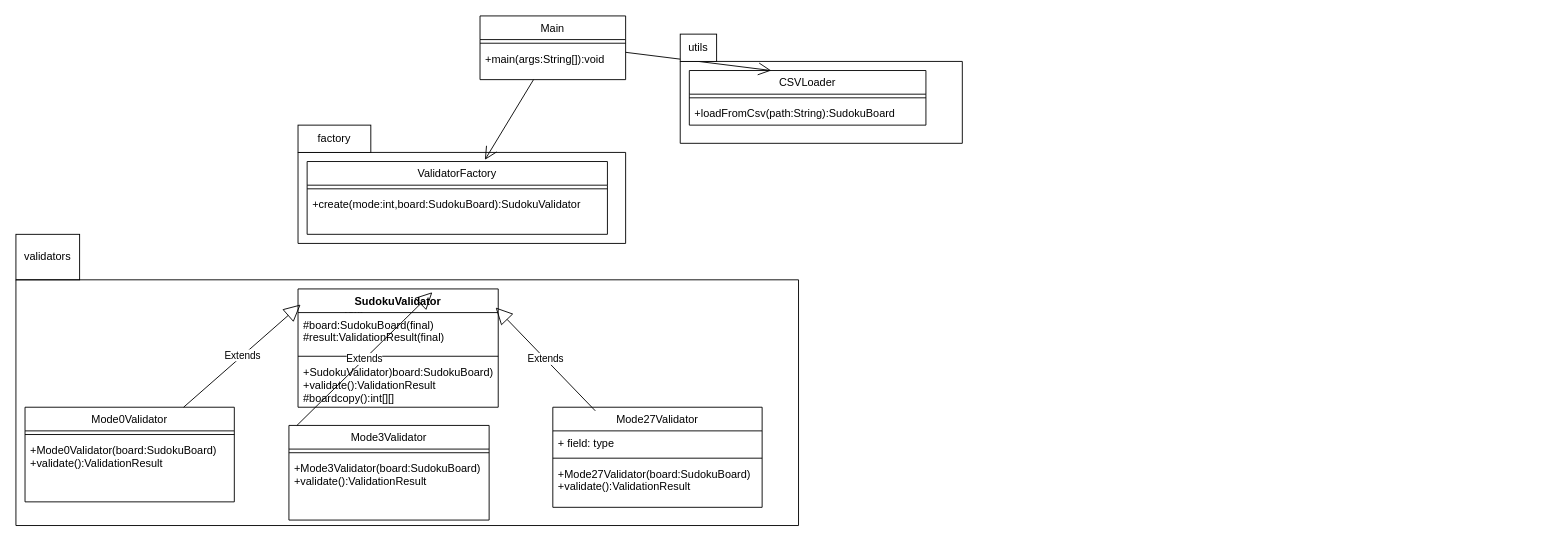
This is UML/Class_diagram.drawio from ProgrammingII-projects/Soduko-Generator, a draw.io file, before an edit. Source tidied: cells renumbered, new cells numbered last; positions are measured from the earlier drawing's top-left corner, leaving out a move shared by most shapes. Both pictures are drawn from the tidied source at 91%, with x=0, y=0 at pixel (15, 15).
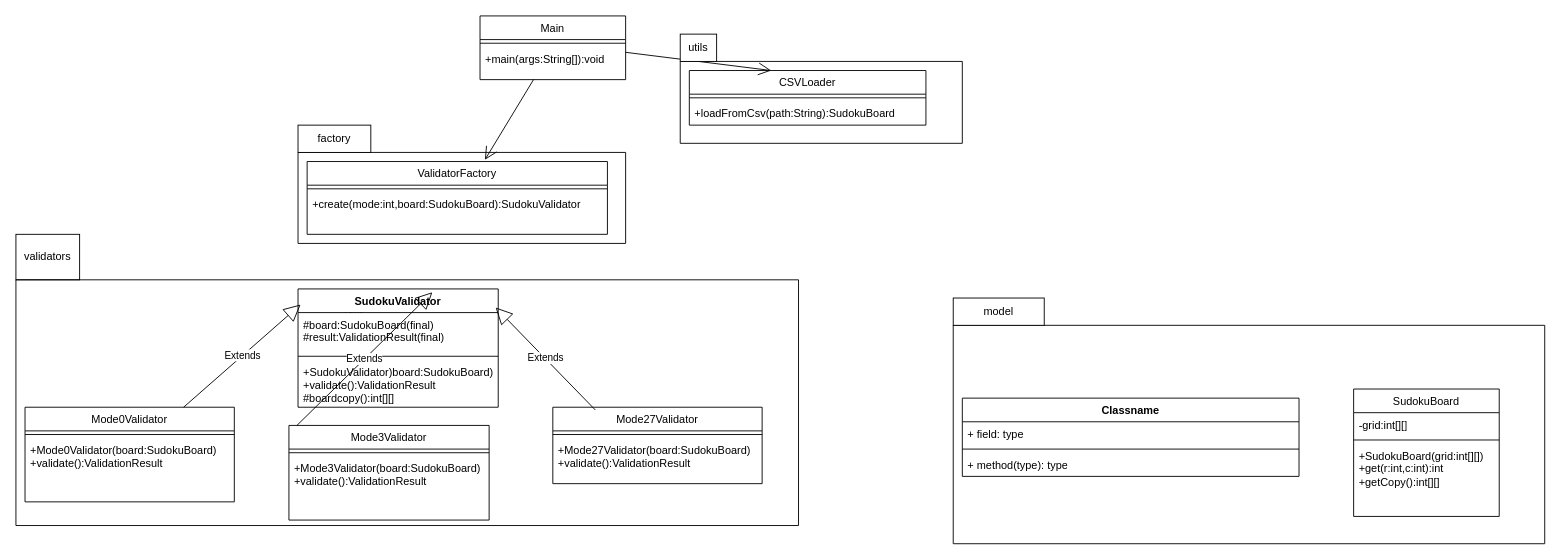
The same page after the edit.

Commit message:
added sudokuboard class with its attributes and methods

What changed in the source:
```diff
@@
     <mxCell id="17" value="&lt;span style=&quot;font-weight: normal;&quot;&gt;Mode27Validator&lt;/span&gt;" style="swimlane;fontStyle=1;align=center;verticalAlign=top;horizontal=1;startSize=26;whiteSpace=wrap;html=1;" parent="1" vertex="1">
-      <mxGeometry x="590" y="430" width="230" height="110" as="geometry" />
+      <mxGeometry x="590" y="430" width="230" height="84" as="geometry" />
     </mxCell>
-    <mxCell id="18" value="+ field: type" style="text;strokeColor=none;fillColor=none;align=left;verticalAlign=top;spacingLeft=4;spacingRight=4;overflow=hidden;whiteSpace=wrap;html=1;" parent="17" vertex="1">
-      <mxGeometry y="26" width="230" height="26" as="geometry" />
-    </mxCell>
     <mxCell id="19" style="line;strokeWidth=1;fillColor=none;align=left;verticalAlign=middle;spacingTop=-1;spacingLeft=3;spacingRight=3;labelPosition=right;strokeColor=inherit;" parent="17" vertex="1">
-      <mxGeometry y="52" width="230" height="8" as="geometry" />
+      <mxGeometry y="26" width="230" height="8" as="geometry" />
     </mxCell>
     <mxCell id="20" value="+Mode27Validator(board:SudokuBoard)&lt;div&gt;+validate():ValidationResult&lt;/div&gt;" style="text;strokeColor=none;fillColor=none;align=left;verticalAlign=top;spacingLeft=4;spacingRight=4;overflow=hidden;whiteSpace=wrap;html=1;" parent="17" vertex="1">
-      <mxGeometry y="60" width="230" height="50" as="geometry" />
+      <mxGeometry y="34" width="230" height="50" as="geometry" />
     </mxCell>
@@
+    <mxCell id="37" value="Classname" style="swimlane;fontStyle=1;align=center;verticalAlign=top;horizontal=1;startSize=26;whiteSpace=wrap;html=1;" parent="1" vertex="1">
+      <mxGeometry x="1040" y="420" width="370" height="86" as="geometry" />
+    </mxCell>
+    <mxCell id="18" value="+ field: type" style="text;strokeColor=none;fillColor=none;align=left;verticalAlign=top;spacingLeft=4;spacingRight=4;overflow=hidden;whiteSpace=wrap;html=1;" parent="37" vertex="1">
+      <mxGeometry y="26" width="370" height="26" as="geometry" />
+    </mxCell>
+    <mxCell id="38" style="line;strokeWidth=1;fillColor=none;align=left;verticalAlign=middle;spacingTop=-1;spacingLeft=3;spacingRight=3;labelPosition=right;strokeColor=inherit;" parent="37" vertex="1">
+      <mxGeometry y="52" width="370" height="8" as="geometry" />
+    </mxCell>
+    <mxCell id="39" value="+ method(type): type" style="text;strokeColor=none;fillColor=none;align=left;verticalAlign=top;spacingLeft=4;spacingRight=4;overflow=hidden;whiteSpace=wrap;html=1;" parent="37" vertex="1">
+      <mxGeometry y="60" width="370" height="26" as="geometry" />
+    </mxCell>
+    <mxCell id="40" value="&lt;span style=&quot;font-weight: normal;&quot;&gt;SudokuBoard&lt;/span&gt;" style="swimlane;fontStyle=1;align=center;verticalAlign=top;horizontal=1;startSize=26;whiteSpace=wrap;html=1;" parent="1" vertex="1">
+      <mxGeometry x="1470" y="410" width="160" height="140" as="geometry" />
+    </mxCell>
+    <mxCell id="41" value="-grid:int[][]" style="text;strokeColor=none;fillColor=none;align=left;verticalAlign=top;spacingLeft=4;spacingRight=4;overflow=hidden;whiteSpace=wrap;html=1;" parent="40" vertex="1">
+      <mxGeometry y="26" width="160" height="26" as="geometry" />
+    </mxCell>
+    <mxCell id="42" style="line;strokeWidth=1;fillColor=none;align=left;verticalAlign=middle;spacingTop=-1;spacingLeft=3;spacingRight=3;labelPosition=right;strokeColor=inherit;" parent="40" vertex="1">
+      <mxGeometry y="52" width="160" height="8" as="geometry" />
+    </mxCell>
+    <mxCell id="43" value="+SudokuBoard(grid:int[][])&lt;div&gt;&lt;font color=&quot;#000000&quot;&gt;+get(r:int,c:int):int&lt;/font&gt;&lt;/div&gt;&lt;div&gt;&lt;font color=&quot;#000000&quot;&gt;+getCopy():int[][]&lt;br&gt;&lt;/font&gt;&lt;div&gt;&lt;br&gt;&lt;/div&gt;&lt;/div&gt;" style="text;strokeColor=none;fillColor=none;align=left;verticalAlign=top;spacingLeft=4;spacingRight=4;overflow=hidden;whiteSpace=wrap;html=1;" parent="40" vertex="1">
+      <mxGeometry y="60" width="160" height="80" as="geometry" />
+    </mxCell>
+    <mxCell id="44" style="swimlane;startSize=0;" parent="1" vertex="1">
+      <mxGeometry x="1030" y="340" width="650" height="240" as="geometry" />
+    </mxCell>
+    <mxCell id="45" value="model" style="whiteSpace=wrap;html=1;" parent="1" vertex="1">
+      <mxGeometry x="1030" y="310" width="100" height="30" as="geometry" />
+    </mxCell>
```
